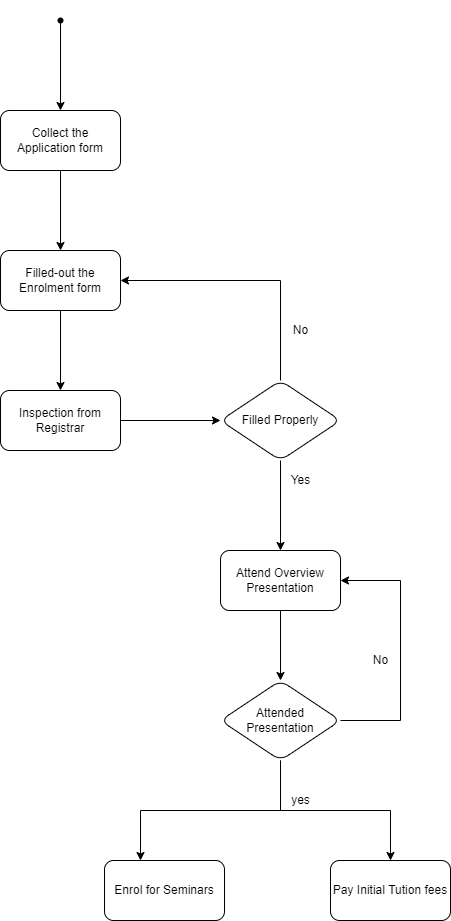
Ayu-Github07/Assignments keeps this draw.io diagram as Java Core 11/UniversityEnrollment.drawio.png. Above is the earlier version. Source tidied: cells renumbered, new cells last; positions are measured from the earlier drawing's top-left corner, leaving out a move shared by most shapes.
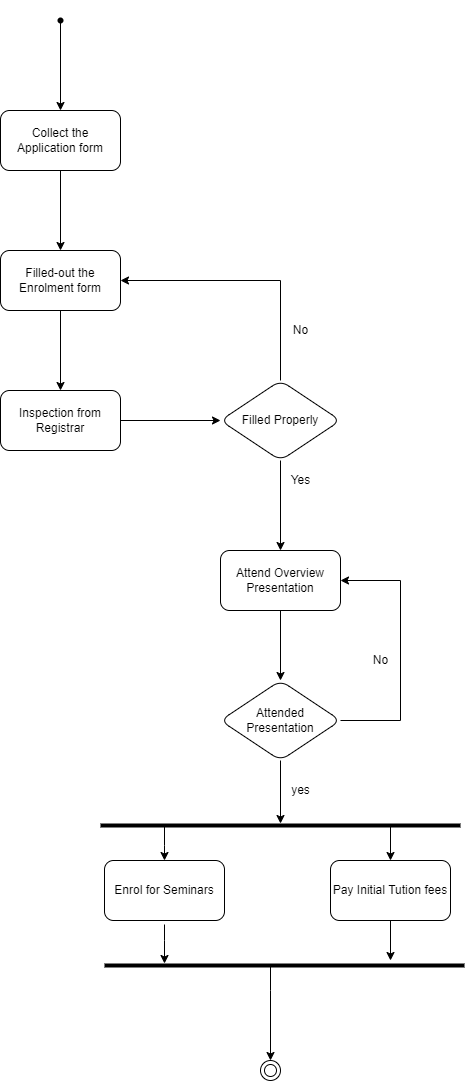
Above is the later version.

The edit, as a diff of the source:
```diff
@@ -51,26 +51,12 @@
     <mxCell id="16" value="Yes" style="text;html=1;align=center;verticalAlign=middle;strokeColor=none;fillColor=none;" parent="1" vertex="1">
       <mxGeometry x="285" y="470" width="30" height="20" as="geometry" />
     </mxCell>
-    <mxCell id="17" style="edgeStyle=orthogonalEdgeStyle;rounded=0;jettySize=auto;html=1;" parent="1" edge="1" source="19" target="20">
-      <mxGeometry relative="1" as="geometry">
-        <Array as="points">
-          <mxPoint x="280" y="810" />
-          <mxPoint x="140" y="810" />
-        </Array>
-      </mxGeometry>
-    </mxCell>
-    <mxCell id="18" style="edgeStyle=orthogonalEdgeStyle;rounded=0;jettySize=auto;html=1;" parent="1" edge="1" source="19" target="24">
-      <mxGeometry relative="1" as="geometry" />
-    </mxCell>
     <mxCell id="19" value="Attended Presentation" style="rhombus;whiteSpace=wrap;html=1;fillColor=none;rounded=1;sketch=0;fillStyle=solid;" parent="1" vertex="1">
       <mxGeometry x="220" y="680" width="120" height="80" as="geometry" />
     </mxCell>
     <mxCell id="20" value="Enrol for Seminars" style="whiteSpace=wrap;html=1;fillColor=none;rounded=1;sketch=0;fillStyle=solid;" parent="1" vertex="1">
       <mxGeometry x="104" y="860" width="120" height="60" as="geometry" />
     </mxCell>
-    <mxCell id="21" value="yes" style="text;html=1;align=center;verticalAlign=middle;strokeColor=none;fillColor=none;" parent="1" vertex="1">
-      <mxGeometry x="285" y="790" width="30" height="20" as="geometry" />
-    </mxCell>
     <mxCell id="22" style="edgeStyle=elbowEdgeStyle;elbow=horizontal;endArrow=classic;html=1;rounded=0;exitX=1;exitY=0.5;exitDx=0;exitDy=0;entryX=1;entryY=0.5;entryDx=0;entryDy=0;" parent="1" edge="1" source="19" target="15">
       <mxGeometry relative="1" as="geometry">
         <Array as="points">
@@ -84,5 +70,55 @@
     <mxCell id="24" value="Pay Initial Tution fees" style="whiteSpace=wrap;html=1;fillColor=none;rounded=1;sketch=0;fillStyle=solid;" parent="1" vertex="1">
       <mxGeometry x="330" y="860" width="120" height="60" as="geometry" />
     </mxCell>
+    <mxCell id="25" style="line;strokeWidth=4;html=1;perimeter=backbonePerimeter;points=[];outlineConnect=0;" parent="1" vertex="1">
+      <mxGeometry x="100" y="820" width="360" height="10" as="geometry" />
+    </mxCell>
+    <mxCell id="26" style="line;strokeWidth=4;html=1;perimeter=backbonePerimeter;points=[];outlineConnect=0;" parent="1" vertex="1">
+      <mxGeometry x="104" y="960" width="360" height="10" as="geometry" />
+    </mxCell>
+    <mxCell id="27" style="edgeStyle=segmentEdgeStyle;endArrow=classic;html=1;rounded=0;exitX=0.5;exitY=1;exitDx=0;exitDy=0;" parent="1" edge="1" source="19" target="25">
+      <mxGeometry relative="1" as="geometry" />
+    </mxCell>
+    <mxCell id="21" value="yes" style="text;html=1;align=center;verticalAlign=middle;strokeColor=none;fillColor=none;" parent="1" vertex="1">
+      <mxGeometry x="285" y="780" width="30" height="20" as="geometry" />
+    </mxCell>
+    <mxCell id="28" style="edgeStyle=elbowEdgeStyle;elbow=horizontal;endArrow=classic;html=1;rounded=0;entryX=0.5;entryY=0;entryDx=0;entryDy=0;" parent="1" edge="1" source="25" target="20">
+      <mxGeometry relative="1" as="geometry" />
+    </mxCell>
+    <mxCell id="29" style="edgeStyle=elbowEdgeStyle;elbow=horizontal;endArrow=classic;html=1;rounded=0;entryX=0.5;entryY=0;entryDx=0;entryDy=0;" parent="1" edge="1" source="25" target="24">
+      <mxGeometry relative="1" as="geometry">
+        <Array as="points">
+          <mxPoint x="390" y="825" />
+        </Array>
+      </mxGeometry>
+    </mxCell>
+    <mxCell id="30" style="edgeStyle=elbowEdgeStyle;elbow=horizontal;endArrow=classic;html=1;rounded=0;" parent="1" edge="1" target="26">
+      <mxGeometry relative="1" as="geometry">
+        <mxPoint x="164" y="924" as="sourcePoint" />
+        <Array as="points">
+          <mxPoint x="164" y="940" />
+          <mxPoint x="170" y="940" />
+        </Array>
+      </mxGeometry>
+    </mxCell>
+    <mxCell id="31" style="edgeStyle=segmentEdgeStyle;endArrow=classic;html=1;rounded=0;exitX=0.5;exitY=1;exitDx=0;exitDy=0;" parent="1" edge="1" source="24">
+      <mxGeometry relative="1" as="geometry">
+        <mxPoint x="390" y="960" as="targetPoint" />
+        <Array as="points">
+          <mxPoint x="390" y="960" />
+        </Array>
+      </mxGeometry>
+    </mxCell>
+    <mxCell id="32" style="edgeStyle=orthogonalEdgeStyle;rounded=0;jettySize=auto;html=1;entryX=0.5;entryY=0;entryDx=0;entryDy=0;" parent="1" edge="1" source="26" target="33">
+      <mxGeometry relative="1" as="geometry">
+        <Array as="points">
+          <mxPoint x="270" y="990" />
+          <mxPoint x="270" y="990" />
+        </Array>
+      </mxGeometry>
+    </mxCell>
+    <mxCell id="33" style="ellipse;shape=doubleEllipse;whiteSpace=wrap;html=1;" parent="1" vertex="1">
+      <mxGeometry x="260" y="1060" width="20" height="20" as="geometry" />
+    </mxCell>
   </root>
 </mxGraphModel>
```
